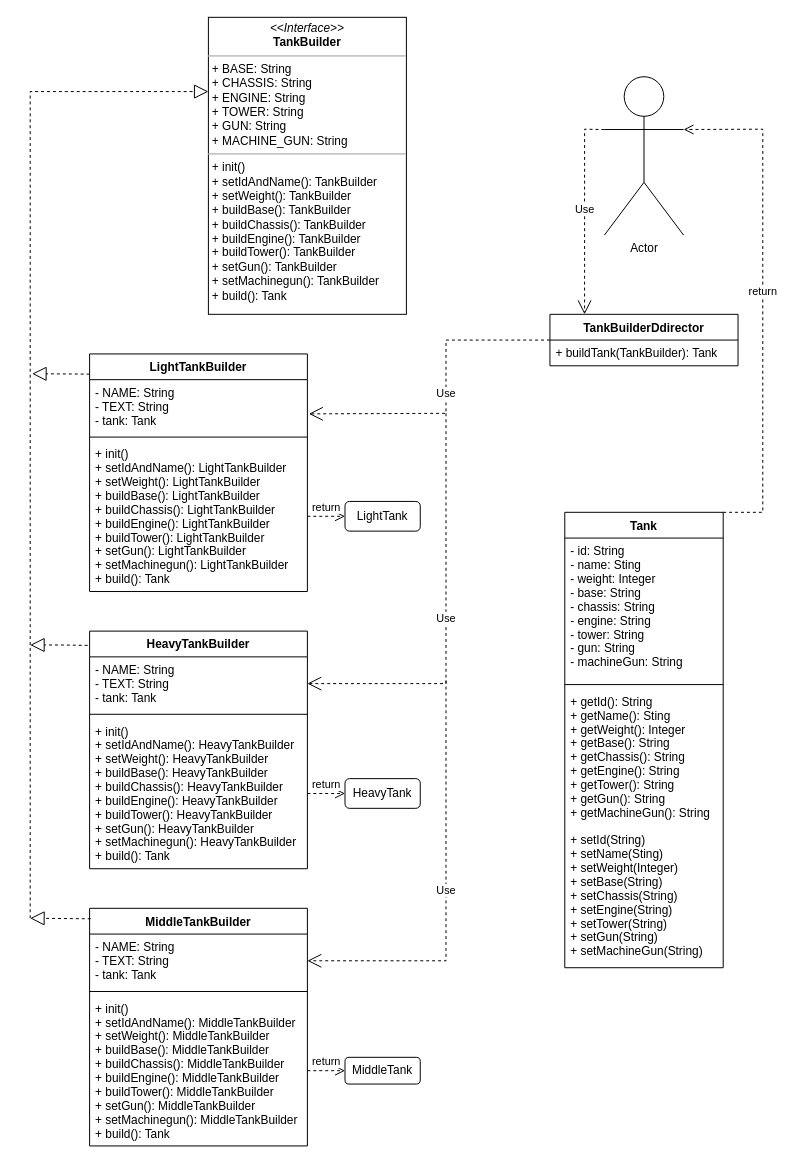
Above: src/creation/builder/builder.drawio in SichniyAndriy/Avada_Task-5_Patterns (draw.io), before the change. Source tidied: cells renumbered, new cells numbered last; positions are measured from the earlier drawing's top-left corner, leaving out a move shared by most shapes. Both pictures are drawn from the tidied source at 99%, with x=0, y=0 at pixel (30, 17).
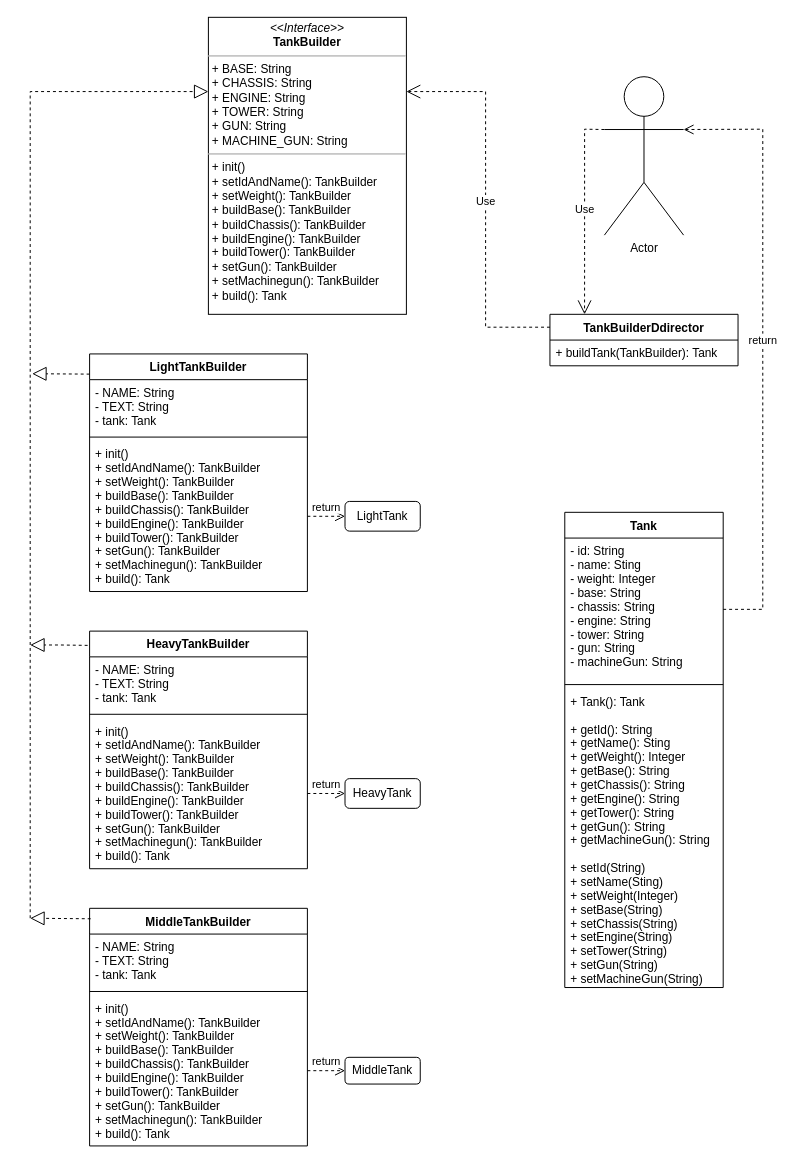
The same diagram, later.

Commit message:
fix in Builder diagram

Unchanged cells that the change refers to:
```xml
<mxCell id="3" value="- id: String&#10;- name: Sting&#10;- weight: Integer&#10;- base: String&#10;- chassis: String&#10;- engine: String&#10;- tower: String&#10;- gun: String&#10;- machineGun: String&#10;" style="text;strokeColor=none;fillColor=none;align=left;verticalAlign=top;spacingLeft=4;spacingRight=4;overflow=hidden;points=[[0,0.5],[1,0.5]];portConstraint=eastwest;" parent="2" vertex="1">
  <mxGeometry y="26" width="160" height="144" as="geometry" />
</mxCell>
<mxCell id="6" value="&lt;p style=&quot;margin:0px;margin-top:4px;text-align:center;&quot;&gt;&lt;i&gt;&amp;lt;&amp;lt;Interface&amp;gt;&amp;gt;&lt;/i&gt;&lt;br&gt;&lt;b&gt;TankBuilder&lt;/b&gt;&lt;/p&gt;&lt;hr size=&quot;1&quot;&gt;&lt;p style=&quot;margin:0px;margin-left:4px;&quot;&gt;+ BASE: String&lt;/p&gt;&lt;p style=&quot;margin:0px;margin-left:4px;&quot;&gt;+ CHASSIS: String&lt;/p&gt;&lt;p style=&quot;margin:0px;margin-left:4px;&quot;&gt;+ ENGINE: String&lt;/p&gt;&lt;p style=&quot;margin:0px;margin-left:4px;&quot;&gt;+ TOWER: String&lt;/p&gt;&lt;p style=&quot;margin:0px;margin-left:4px;&quot;&gt;+ GUN: String&lt;/p&gt;&lt;p style=&quot;margin:0px;margin-left:4px;&quot;&gt;+ MACHINE_GUN: String&lt;/p&gt;&lt;hr size=&quot;1&quot;&gt;&lt;p style=&quot;margin:0px;margin-left:4px;&quot;&gt;+ init()&lt;/p&gt;&lt;p style=&quot;margin:0px;margin-left:4px;&quot;&gt;+ setIdAndName(): TankBuilder&lt;/p&gt;&lt;p style=&quot;margin:0px;margin-left:4px;&quot;&gt;+ setWeight(): TankBuilder&lt;/p&gt;&lt;p style=&quot;margin:0px;margin-left:4px;&quot;&gt;+ buildBase(): TankBuilder&lt;/p&gt;&lt;p style=&quot;margin:0px;margin-left:4px;&quot;&gt;+ buildChassis(): TankBuilder&lt;/p&gt;&lt;p style=&quot;margin:0px;margin-left:4px;&quot;&gt;+ buildEngine(): TankBuilder&lt;/p&gt;&lt;p style=&quot;margin:0px;margin-left:4px;&quot;&gt;+ buildTower(): TankBuilder&lt;/p&gt;&lt;p style=&quot;margin:0px;margin-left:4px;&quot;&gt;+ setGun(): TankBuilder&lt;/p&gt;&lt;p style=&quot;margin:0px;margin-left:4px;&quot;&gt;+ setMachinegun(): TankBuilder&lt;/p&gt;&lt;p style=&quot;margin:0px;margin-left:4px;&quot;&gt;+ build(): Tank&lt;/p&gt;" style="verticalAlign=top;align=left;overflow=fill;fontSize=12;fontFamily=Helvetica;html=1;" parent="1" vertex="1">
  <mxGeometry x="180" width="200" height="300" as="geometry" />
</mxCell>
<mxCell id="7" value="LightTankBuilder" style="swimlane;fontStyle=1;align=center;verticalAlign=top;horizontal=1;startSize=26;" parent="1" vertex="1">
  <mxGeometry x="60" y="340" width="220" height="240" as="geometry" />
</mxCell>
<mxCell id="8" value="- NAME: String&#10;- TEXT: String&#10;- tank: Tank" style="text;strokeColor=none;fillColor=none;align=left;verticalAlign=top;spacingLeft=4;spacingRight=4;overflow=hidden;points=[[0,0.5],[1,0.5]];portConstraint=eastwest;" parent="7" vertex="1">
  <mxGeometry y="26" width="220" height="54" as="geometry" />
</mxCell>
<mxCell id="11" value="MiddleTankBuilder" style="swimlane;fontStyle=1;align=center;verticalAlign=top;horizontal=1;startSize=26;" parent="1" vertex="1">
  <mxGeometry x="60" y="900" width="220" height="240" as="geometry" />
</mxCell>
<mxCell id="12" value="- NAME: String&#10;- TEXT: String&#10;- tank: Tank" style="text;strokeColor=none;fillColor=none;align=left;verticalAlign=top;spacingLeft=4;spacingRight=4;overflow=hidden;points=[[0,0.5],[1,0.5]];portConstraint=eastwest;" parent="11" vertex="1">
  <mxGeometry y="26" width="220" height="54" as="geometry" />
</mxCell>
<mxCell id="15" value="HeavyTankBuilder" style="swimlane;fontStyle=1;align=center;verticalAlign=top;horizontal=1;startSize=26;" parent="1" vertex="1">
  <mxGeometry x="60" y="620" width="220" height="240" as="geometry" />
</mxCell>
<mxCell id="16" value="- NAME: String&#10;- TEXT: String&#10;- tank: Tank" style="text;strokeColor=none;fillColor=none;align=left;verticalAlign=top;spacingLeft=4;spacingRight=4;overflow=hidden;points=[[0,0.5],[1,0.5]];portConstraint=eastwest;" parent="15" vertex="1">
  <mxGeometry y="26" width="220" height="54" as="geometry" />
</mxCell>
<mxCell id="23" value="TankBuilderDdirector" style="swimlane;fontStyle=1;align=center;verticalAlign=top;horizontal=1;startSize=26;" parent="1" vertex="1">
  <mxGeometry x="525" y="300" width="190" height="52" as="geometry" />
</mxCell>
<mxCell id="27" value="Actor" style="shape=umlActor;verticalLabelPosition=bottom;verticalAlign=top;html=1;outlineConnect=0;" parent="1" vertex="1">
  <mxGeometry x="580" y="60" width="80" height="160" as="geometry" />
</mxCell>
```

Diff of the diagram source:
```diff
@@
     <mxCell id="2" value="Tank" style="swimlane;fontStyle=1;align=center;verticalAlign=top;horizontal=1;startSize=26;" parent="1" vertex="1">
-      <mxGeometry x="540" y="500" width="160" height="460" as="geometry" />
+      <mxGeometry x="540" y="500" width="160" height="480" as="geometry" />
     </mxCell>
@@
-    <mxCell id="5" value="+ getId(): String&#10;+ getName(): Sting&#10;+ getWeight(): Integer&#10;+ getBase(): String&#10;+ getChassis(): String&#10;+ getEngine(): String&#10;+ getTower(): String&#10;+ getGun(): String&#10;+ getMachineGun(): String&#10;&#10;+ setId(String)&#10;+ setName(Sting)&#10;+ setWeight(Integer)&#10;+ setBase(String)&#10;+ setChassis(String)&#10;+ setEngine(String)&#10;+ setTower(String)&#10;+ setGun(String)&#10;+ setMachineGun(String)&#10;" style="text;strokeColor=none;fillColor=none;align=left;verticalAlign=top;spacingLeft=4;spacingRight=4;overflow=hidden;" parent="2" vertex="1">
-      <mxGeometry y="178" width="160" height="282" as="geometry" />
+    <mxCell id="5" value="+ Tank(): Tank&#10;&#10;+ getId(): String&#10;+ getName(): Sting&#10;+ getWeight(): Integer&#10;+ getBase(): String&#10;+ getChassis(): String&#10;+ getEngine(): String&#10;+ getTower(): String&#10;+ getGun(): String&#10;+ getMachineGun(): String&#10;&#10;+ setId(String)&#10;+ setName(Sting)&#10;+ setWeight(Integer)&#10;+ setBase(String)&#10;+ setChassis(String)&#10;+ setEngine(String)&#10;+ setTower(String)&#10;+ setGun(String)&#10;+ setMachineGun(String)&#10;" style="text;strokeColor=none;fillColor=none;align=left;verticalAlign=top;spacingLeft=4;spacingRight=4;overflow=hidden;" parent="2" vertex="1">
+      <mxGeometry y="178" width="160" height="302" as="geometry" />
     </mxCell>
@@
-    <mxCell id="10" value="+ init()&#10;+ setIdAndName(): LightTankBuilder&#10;+ setWeight(): LightTankBuilder&#10;+ buildBase(): LightTankBuilder&#10;+ buildChassis(): LightTankBuilder&#10;+ buildEngine(): LightTankBuilder&#10;+ buildTower(): LightTankBuilder&#10;+ setGun(): LightTankBuilder&#10;+ setMachinegun(): LightTankBuilder&#10;+ build(): Tank" style="text;strokeColor=none;fillColor=none;align=left;verticalAlign=top;spacingLeft=4;spacingRight=4;overflow=hidden;points=[[0,0.5],[1,0.5]];portConstraint=eastwest;" parent="7" vertex="1">
+    <mxCell id="10" value="+ init()&#10;+ setIdAndName(): TankBuilder&#10;+ setWeight(): TankBuilder&#10;+ buildBase(): TankBuilder&#10;+ buildChassis(): TankBuilder&#10;+ buildEngine(): TankBuilder&#10;+ buildTower(): TankBuilder&#10;+ setGun(): TankBuilder&#10;+ setMachinegun(): TankBuilder&#10;+ build(): Tank" style="text;strokeColor=none;fillColor=none;align=left;verticalAlign=top;spacingLeft=4;spacingRight=4;overflow=hidden;points=[[0,0.5],[1,0.5]];portConstraint=eastwest;" parent="7" vertex="1">
       <mxGeometry y="88" width="220" height="152" as="geometry" />
     </mxCell>
@@
-    <mxCell id="14" value="+ init()&#10;+ setIdAndName(): MiddleTankBuilder&#10;+ setWeight(): MiddleTankBuilder&#10;+ buildBase(): MiddleTankBuilder&#10;+ buildChassis(): MiddleTankBuilder&#10;+ buildEngine(): MiddleTankBuilder&#10;+ buildTower(): MiddleTankBuilder&#10;+ setGun(): MiddleTankBuilder&#10;+ setMachinegun(): MiddleTankBuilder&#10;+ build(): Tank" style="text;strokeColor=none;fillColor=none;align=left;verticalAlign=top;spacingLeft=4;spacingRight=4;overflow=hidden;points=[[0,0.5],[1,0.5]];portConstraint=eastwest;" parent="11" vertex="1">
+    <mxCell id="14" value="+ init()&#10;+ setIdAndName(): TankBuilder&#10;+ setWeight(): TankBuilder&#10;+ buildBase(): TankBuilder&#10;+ buildChassis(): TankBuilder&#10;+ buildEngine(): TankBuilder&#10;+ buildTower(): TankBuilder&#10;+ setGun(): TankBuilder&#10;+ setMachinegun(): TankBuilder&#10;+ build(): Tank" style="text;strokeColor=none;fillColor=none;align=left;verticalAlign=top;spacingLeft=4;spacingRight=4;overflow=hidden;points=[[0,0.5],[1,0.5]];portConstraint=eastwest;" parent="11" vertex="1">
       <mxGeometry y="88" width="220" height="152" as="geometry" />
     </mxCell>
@@
-    <mxCell id="18" value="+ init()&#10;+ setIdAndName(): HeavyTankBuilder&#10;+ setWeight(): HeavyTankBuilder&#10;+ buildBase(): HeavyTankBuilder&#10;+ buildChassis(): HeavyTankBuilder&#10;+ buildEngine(): HeavyTankBuilder&#10;+ buildTower(): HeavyTankBuilder&#10;+ setGun(): HeavyTankBuilder&#10;+ setMachinegun(): HeavyTankBuilder&#10;+ build(): Tank" style="text;strokeColor=none;fillColor=none;align=left;verticalAlign=top;spacingLeft=4;spacingRight=4;overflow=hidden;points=[[0,0.5],[1,0.5]];portConstraint=eastwest;" parent="15" vertex="1">
+    <mxCell id="18" value="+ init()&#10;+ setIdAndName(): TankBuilder&#10;+ setWeight(): TankBuilder&#10;+ buildBase(): TankBuilder&#10;+ buildChassis(): TankBuilder&#10;+ buildEngine(): TankBuilder&#10;+ buildTower(): TankBuilder&#10;+ setGun(): TankBuilder&#10;+ setMachinegun(): TankBuilder&#10;+ build(): Tank" style="text;strokeColor=none;fillColor=none;align=left;verticalAlign=top;spacingLeft=4;spacingRight=4;overflow=hidden;points=[[0,0.5],[1,0.5]];portConstraint=eastwest;" parent="15" vertex="1">
       <mxGeometry y="88" width="220" height="152" as="geometry" />
     </mxCell>
@@
-    <mxCell id="25" value="Use" style="endArrow=open;endSize=12;dashed=1;html=1;rounded=0;exitX=0;exitY=0.5;exitDx=0;exitDy=0;entryX=1.007;entryY=0.64;entryDx=0;entryDy=0;entryPerimeter=0;" parent="1" edge="1" source="23" target="8">
-      <mxGeometry relative="1" as="geometry">
-        <Array as="points">
-          <mxPoint x="420" y="326" />
-          <mxPoint x="420" y="400" />
-        </Array>
-      </mxGeometry>
-    </mxCell>
-    <mxCell id="26" value="return" style="html=1;verticalAlign=bottom;endArrow=open;dashed=1;endSize=8;rounded=0;exitX=1;exitY=0;exitDx=0;exitDy=0;entryX=1;entryY=0.3333333333333333;entryDx=0;entryDy=0;entryPerimeter=0;" parent="1" edge="1" source="2" target="27">
+    <mxCell id="26" value="return" style="html=1;verticalAlign=bottom;endArrow=open;dashed=1;endSize=8;rounded=0;exitX=1;exitY=0.5;exitDx=0;exitDy=0;entryX=1;entryY=0.3333333333333333;entryDx=0;entryDy=0;entryPerimeter=0;" parent="1" edge="1" source="3" target="27">
       <mxGeometry relative="1" as="geometry">
         <Array as="points">
-          <mxPoint x="740" y="500" />
+          <mxPoint x="740" y="598" />
           <mxPoint x="740" y="380" />
           <mxPoint x="740" y="113" />
         </Array>
       </mxGeometry>
     </mxCell>
@@
-    <mxCell id="30" value="Use" style="endArrow=open;endSize=12;dashed=1;html=1;rounded=0;entryX=1;entryY=0.5;entryDx=0;entryDy=0;" parent="1" edge="1" target="16">
-      <mxGeometry relative="1" as="geometry">
-        <mxPoint x="420" y="400" as="sourcePoint" />
-        <Array as="points">
-          <mxPoint x="420" y="673" />
-        </Array>
-      </mxGeometry>
-    </mxCell>
-    <mxCell id="31" value="Use" style="endArrow=open;endSize=12;dashed=1;html=1;rounded=0;entryX=1;entryY=0.5;entryDx=0;entryDy=0;" parent="1" edge="1" target="12">
-      <mxGeometry relative="1" as="geometry">
-        <mxPoint x="420" y="670" as="sourcePoint" />
-        <Array as="points">
-          <mxPoint x="420" y="953" />
-        </Array>
-      </mxGeometry>
-    </mxCell>
@@
+    <mxCell id="38" value="Use" style="endArrow=open;endSize=12;dashed=1;html=1;rounded=0;exitX=0;exitY=0.25;exitDx=0;exitDy=0;entryX=1;entryY=0.25;entryDx=0;entryDy=0;" parent="1" edge="1" source="23" target="6">
+      <mxGeometry relative="1" as="geometry">
+        <Array as="points">
+          <mxPoint x="460" y="313" />
+          <mxPoint x="460" y="75" />
+        </Array>
+      </mxGeometry>
+    </mxCell>
```
